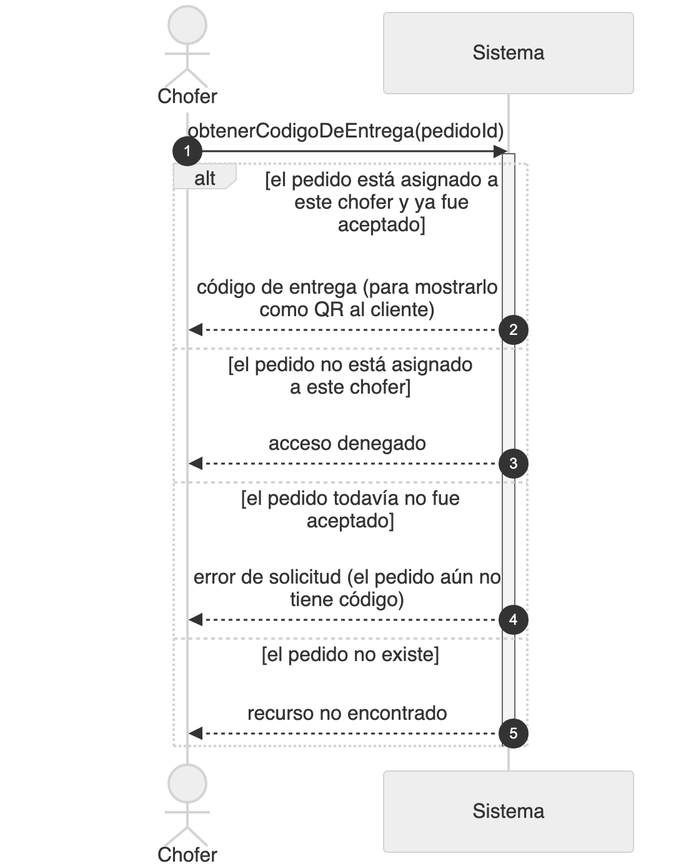
Nahuelito-Dev/splg-docs keeps this Mermaid diagram as diagramas/png/DSS_CU-078_Obtener-El-Codigo-De-Entrega.png. Above is the earlier version. Its source is kept beside it as diagramas/DSS_CU-078_Obtener-El-Codigo-De-Entrega.mmd.
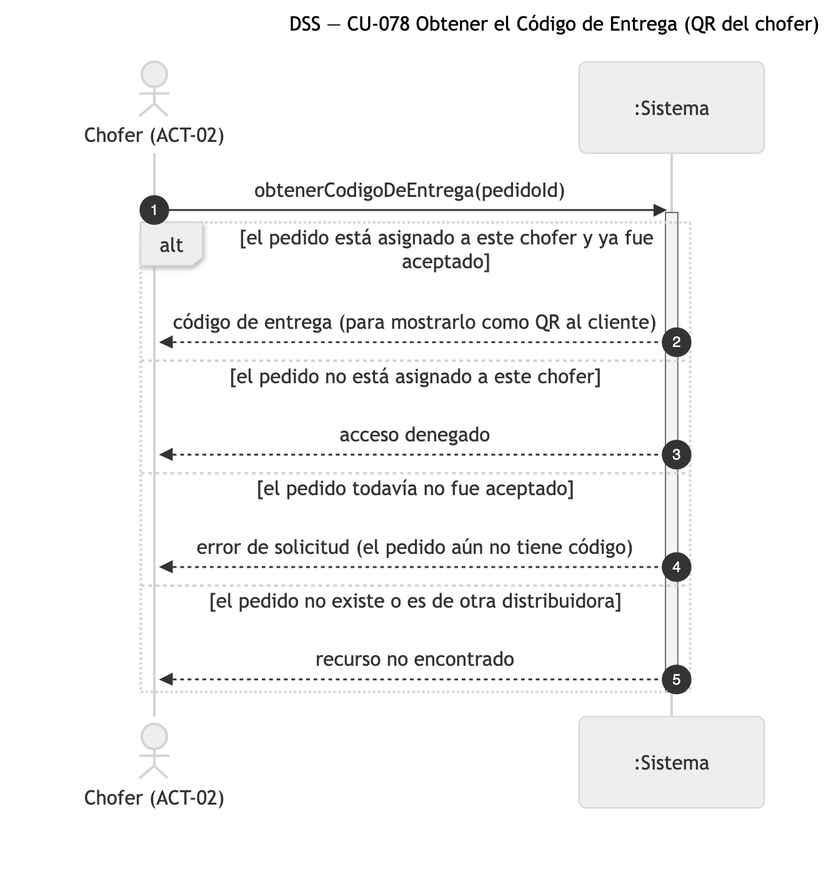
After the commit.

What changed in the source:
```diff
@@ -1,8 +1,8 @@
 sequenceDiagram
-    title DSS — CU-078 Obtener El Codigo De Entrega
+    title DSS — CU-078 Obtener el Código de Entrega (QR del chofer)
     autonumber
-    actor CHO as Chofer
-    participant SIS as Sistema
+    actor CHO as Chofer (ACT-02)
+    participant SIS as :Sistema
 
     CHO->>SIS: obtenerCodigoDeEntrega(pedidoId)
     activate SIS
```
